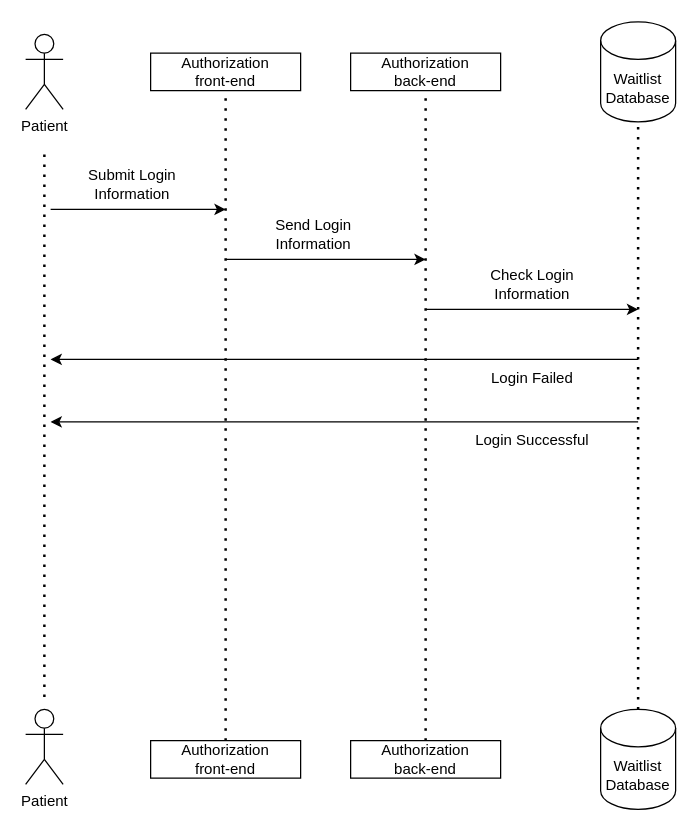
This is images/Login.drawio from uvic-teach/project-m1-team1, a draw.io file, before an edit. Source tidied: cells renumbered, new cells numbered last; positions are measured from the earlier drawing's top-left corner, leaving out a move shared by most shapes. Both pictures are drawn from the tidied source at 125%, with x=0, y=0 at pixel (25, 21).
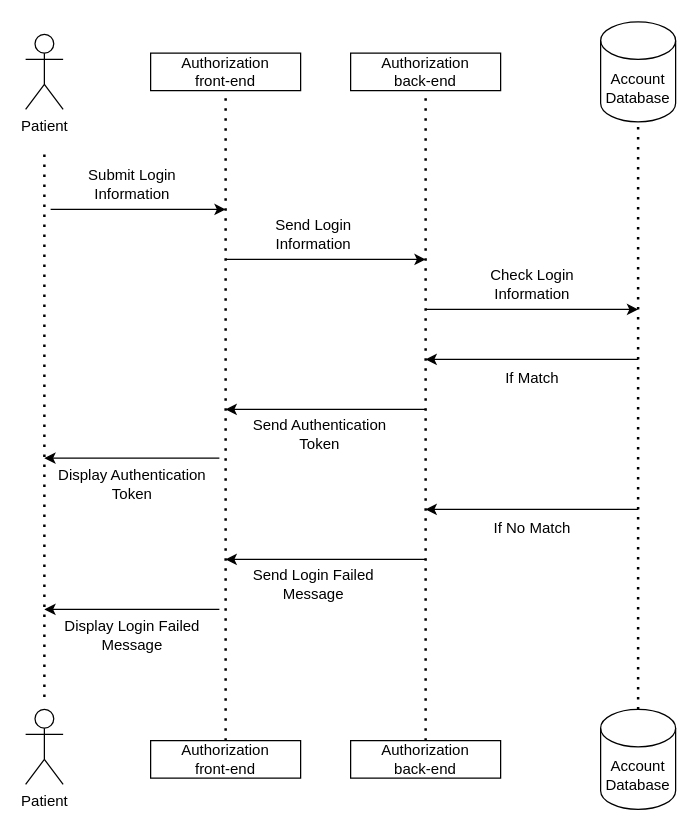
The same diagram, later.

The edit, as a diff of the source:
```diff
@@
-    <mxCell id="4" value="Waitlist&lt;br&gt;Database" style="shape=cylinder3;whiteSpace=wrap;html=1;boundedLbl=1;backgroundOutline=1;size=15;" parent="1" vertex="1">
+    <mxCell id="4" value="Account&lt;br&gt;Database" style="shape=cylinder3;whiteSpace=wrap;html=1;boundedLbl=1;backgroundOutline=1;size=15;" parent="1" vertex="1">
       <mxGeometry x="460" width="60" height="80" as="geometry" />
     </mxCell>
-    <mxCell id="5" value="Waitlist&lt;br&gt;Database" style="shape=cylinder3;whiteSpace=wrap;html=1;boundedLbl=1;backgroundOutline=1;size=15;" parent="1" vertex="1">
+    <mxCell id="5" value="Account&lt;br style=&quot;border-color: var(--border-color);&quot;&gt;Database" style="shape=cylinder3;whiteSpace=wrap;html=1;boundedLbl=1;backgroundOutline=1;size=15;" parent="1" vertex="1">
       <mxGeometry x="460" y="550" width="60" height="80" as="geometry" />
     </mxCell>
@@
-    <mxCell id="19" value="Login Successful" style="text;html=1;align=center;verticalAlign=middle;strokeColor=none;fillColor=none;" parent="1" vertex="1">
-      <mxGeometry x="350" y="320" width="110" height="30" as="geometry" />
+    <mxCell id="19" value="If No Match" style="text;html=1;align=center;verticalAlign=middle;strokeColor=none;fillColor=none;" parent="1" vertex="1">
+      <mxGeometry x="365" y="390" width="80" height="30" as="geometry" />
     </mxCell>
-    <mxCell id="20" value="Login Failed" style="text;html=1;align=center;verticalAlign=middle;strokeColor=none;fillColor=none;" parent="1" vertex="1">
-      <mxGeometry x="360" y="270" width="90" height="30" as="geometry" />
+    <mxCell id="20" value="If Match" style="text;html=1;align=center;verticalAlign=middle;strokeColor=none;fillColor=none;" parent="1" vertex="1">
+      <mxGeometry x="370" y="270" width="70" height="30" as="geometry" />
     </mxCell>
@@
     <mxCell id="22" style="endArrow=classic;html=1;rounded=0;" parent="1" edge="1">
       <mxGeometry relative="1" as="geometry">
         <mxPoint x="490" y="270" as="sourcePoint" />
-        <mxPoint x="20" y="270" as="targetPoint" />
+        <mxPoint x="320" y="270" as="targetPoint" />
       </mxGeometry>
     </mxCell>
-    <mxCell id="23" style="endArrow=classic;html=1;rounded=0;" parent="1" edge="1">
-      <mxGeometry relative="1" as="geometry">
-        <mxPoint x="490" y="320" as="sourcePoint" />
-        <mxPoint x="20" y="320" as="targetPoint" />
-      </mxGeometry>
-    </mxCell>
+    <mxCell id="24" style="endArrow=classic;html=1;rounded=0;" parent="1" edge="1">
+      <mxGeometry relative="1" as="geometry">
+        <mxPoint x="320" y="310" as="sourcePoint" />
+        <mxPoint x="160" y="310" as="targetPoint" />
+      </mxGeometry>
+    </mxCell>
+    <mxCell id="25" value="Send Authentication&lt;br&gt;Token" style="text;html=1;align=center;verticalAlign=middle;strokeColor=none;fillColor=none;" parent="1" vertex="1">
+      <mxGeometry x="170" y="310" width="130" height="40" as="geometry" />
+    </mxCell>
+    <mxCell id="26" value="Display Authentication&lt;br&gt;Token" style="text;html=1;align=center;verticalAlign=middle;strokeColor=none;fillColor=none;" parent="1" vertex="1">
+      <mxGeometry x="15" y="350" width="140" height="40" as="geometry" />
+    </mxCell>
+    <mxCell id="27" style="endArrow=classic;html=1;rounded=0;entryX=0.067;entryY=-0.075;entryDx=0;entryDy=0;entryPerimeter=0;" parent="1" edge="1">
+      <mxGeometry relative="1" as="geometry">
+        <mxPoint x="155" y="349" as="sourcePoint" />
+        <mxPoint x="15" y="349" as="targetPoint" />
+      </mxGeometry>
+    </mxCell>
+    <mxCell id="28" style="endArrow=classic;html=1;rounded=0;" parent="1" edge="1">
+      <mxGeometry relative="1" as="geometry">
+        <mxPoint x="490" y="390" as="sourcePoint" />
+        <mxPoint x="320" y="390" as="targetPoint" />
+      </mxGeometry>
+    </mxCell>
+    <mxCell id="29" style="endArrow=classic;html=1;rounded=0;" parent="1" edge="1">
+      <mxGeometry relative="1" as="geometry">
+        <mxPoint x="320" y="430" as="sourcePoint" />
+        <mxPoint x="160" y="430" as="targetPoint" />
+      </mxGeometry>
+    </mxCell>
+    <mxCell id="30" value="Send Login Failed&lt;br&gt;Message" style="text;html=1;align=center;verticalAlign=middle;strokeColor=none;fillColor=none;" parent="1" vertex="1">
+      <mxGeometry x="170" y="430" width="120" height="40" as="geometry" />
+    </mxCell>
+    <mxCell id="31" value="Display Login Failed&lt;br&gt;Message" style="text;html=1;align=center;verticalAlign=middle;strokeColor=none;fillColor=none;" parent="1" vertex="1">
+      <mxGeometry x="20" y="471" width="130" height="40" as="geometry" />
+    </mxCell>
+    <mxCell id="32" style="endArrow=classic;html=1;rounded=0;entryX=0.067;entryY=-0.075;entryDx=0;entryDy=0;entryPerimeter=0;" parent="1" edge="1">
+      <mxGeometry relative="1" as="geometry">
+        <mxPoint x="155" y="470" as="sourcePoint" />
+        <mxPoint x="15" y="470" as="targetPoint" />
+      </mxGeometry>
+    </mxCell>
```
